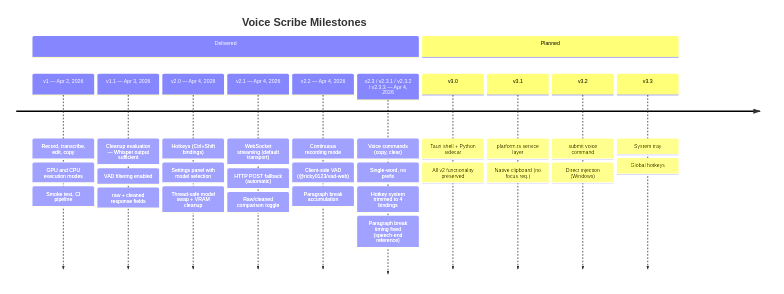
Earlier version of the Mermaid export docs/v2/presentation/images/milestone-timeline.png (JohnYanez95/voice-scribe). Its source is kept beside it as docs/diagrams/milestone-timeline.mmd.
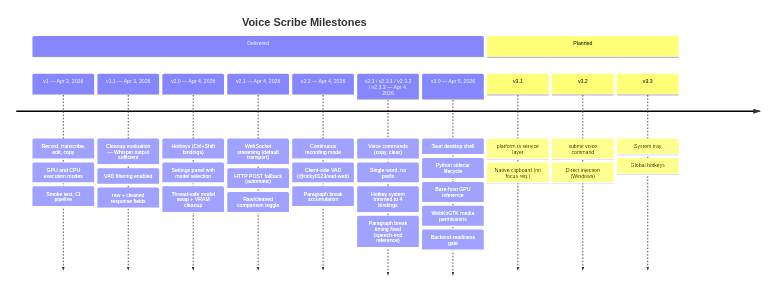
Above is the later version.

The edit, as a diff of the source:
```diff
@@ -26,10 +26,13 @@
             : Single-word, no prefix
             : Hotkey system trimmed to 4 bindings
             : Paragraph break timing fixed (speech-end reference)
+        v3.0 — Apr 5, 2026
+            : Tauri desktop shell
+            : Python sidecar lifecycle
+            : Bare-host GPU inference
+            : WebKitGTK media permissions
+            : Backend-readiness gate
     section Planned
-        v3.0
-            : Tauri shell + Python sidecar
-            : All v2 functionality preserved
         v3.1
             : platform.ts service layer
             : Native clipboard (no focus req.)
```
